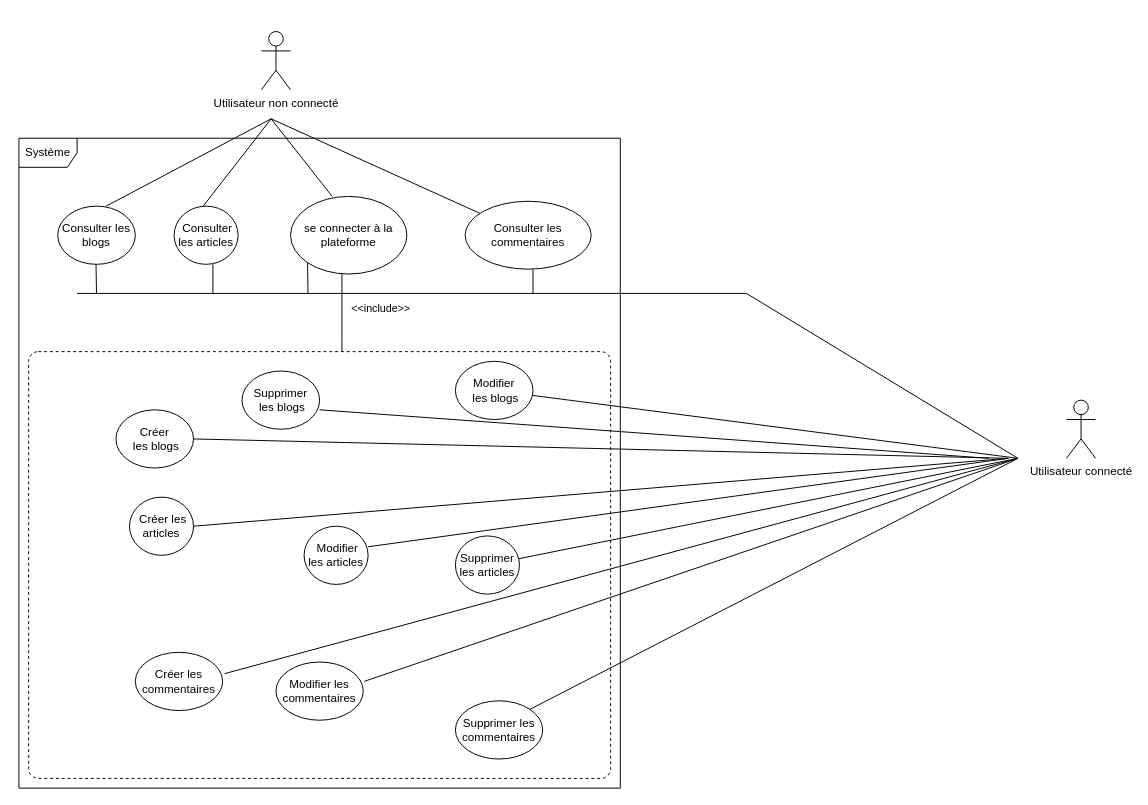
This is page "Diagramme de cas d’utilisation" (3 of 9) of Diagramme sans nom.drawio from Ali0908/BDD_UML, a draw.io file, before an edit. Source tidied: cells renumbered, new cells numbered last; positions are measured from the earlier drawing's top-left corner, leaving out a move shared by most shapes. Both pictures are drawn from the tidied source at 97%, with x=0, y=0 at pixel (18, 31).
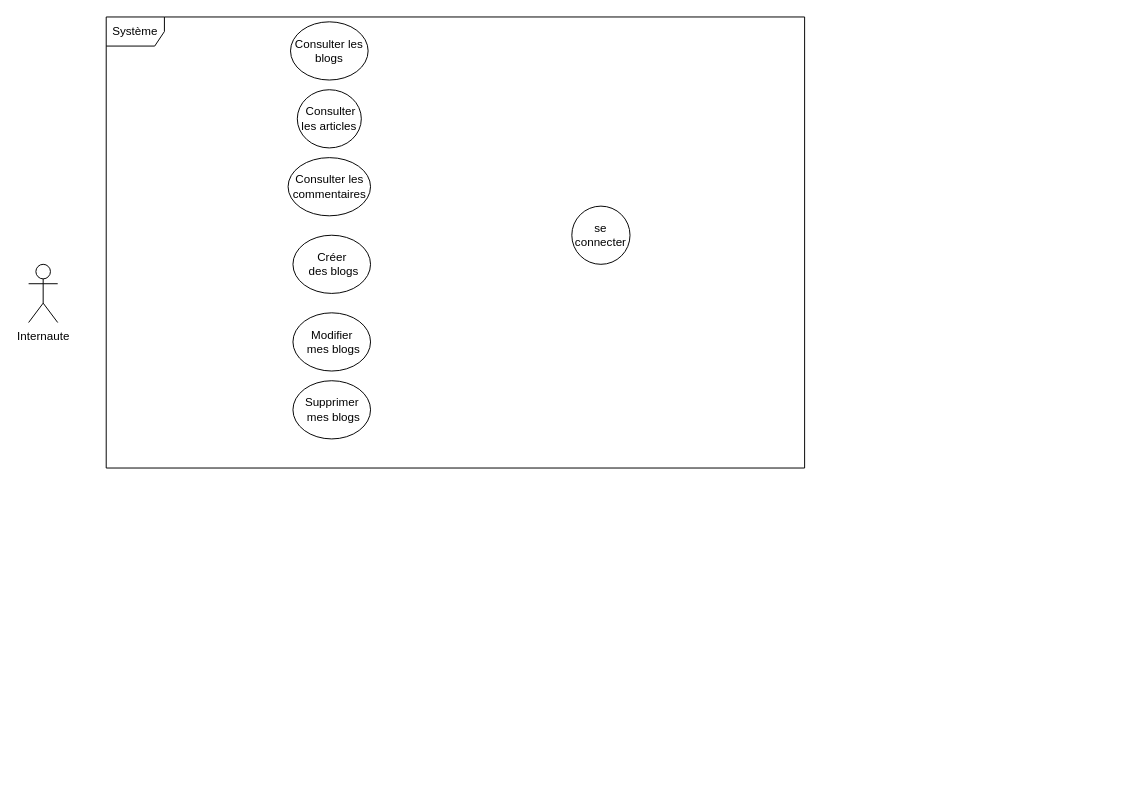
Above is the later version.

Diff of the diagram source:
```diff
@@
-    <mxCell id="2" style="dashed=1;rounded=1;absoluteArcSize=1;arcSize=20;html=1;verticalAlign=top;align=left;spacingTop=5;spacingLeft=10;whiteSpace=wrap;" parent="1" vertex="1">
-      <mxGeometry x="10" y="330" width="600" height="440" as="geometry" />
-    </mxCell>
-    <mxCell id="3" value="Utilisateur non connecté" style="shape=umlActor;verticalLabelPosition=bottom;verticalAlign=top;html=1;" parent="1" vertex="1">
-      <mxGeometry x="250" width="30" height="60" as="geometry" />
+    <mxCell id="3" value="Internaute" style="shape=umlActor;verticalLabelPosition=bottom;verticalAlign=top;html=1;" parent="1" vertex="1">
+      <mxGeometry x="10" y="240" width="30" height="60" as="geometry" />
     </mxCell>
     <mxCell id="4" value="Consulter les blogs" style="ellipse;whiteSpace=wrap;html=1;" parent="1" vertex="1">
-      <mxGeometry x="40" y="180" width="80" height="60" as="geometry" />
+      <mxGeometry x="280" y="-10" width="80" height="60" as="geometry" />
     </mxCell>
     <mxCell id="5" value="&amp;nbsp;Consulter les articles" style="ellipse;whiteSpace=wrap;html=1;" parent="1" vertex="1">
-      <mxGeometry x="160" y="180" width="66" height="60" as="geometry" />
+      <mxGeometry x="287" y="60" width="66" height="60" as="geometry" />
     </mxCell>
     <mxCell id="6" value="Consulter les commentaires" style="ellipse;whiteSpace=wrap;html=1;" parent="1" vertex="1">
-      <mxGeometry x="460" y="175" width="130" height="70" as="geometry" />
+      <mxGeometry x="277.5" y="130" width="85" height="60" as="geometry" />
     </mxCell>
     <mxCell id="7" value="Système" style="shape=umlFrame;whiteSpace=wrap;html=1;" parent="1" vertex="1">
-      <mxGeometry y="110" width="620" height="670" as="geometry" />
+      <mxGeometry x="90" y="-15" width="720" height="465" as="geometry" />
     </mxCell>
-    <mxCell id="8" value="Utilisateur connecté" style="shape=umlActor;verticalLabelPosition=bottom;verticalAlign=top;html=1;" parent="1" vertex="1">
-      <mxGeometry x="1080" y="380" width="30" height="60" as="geometry" />
-    </mxCell>
-    <mxCell id="9" value="&lt;div&gt;Créer&lt;/div&gt;&lt;div&gt;&amp;nbsp;les blogs&lt;/div&gt;" style="ellipse;whiteSpace=wrap;html=1;" parent="1" vertex="1">
-      <mxGeometry x="100" y="390" width="80" height="60" as="geometry" />
+    <mxCell id="9" value="&lt;div&gt;Créer&lt;/div&gt;&lt;div&gt;&amp;nbsp;des blogs&lt;/div&gt;" style="ellipse;whiteSpace=wrap;html=1;" parent="1" vertex="1">
+      <mxGeometry x="282.5" y="210" width="80" height="60" as="geometry" />
     </mxCell>
-    <mxCell id="10" value="se connecter à la plateforme" style="ellipse;whiteSpace=wrap;html=1;" parent="1" vertex="1">
-      <mxGeometry x="280" y="170" width="120" height="80" as="geometry" />
+    <mxCell id="10" value="se connecter" style="ellipse;whiteSpace=wrap;html=1;" parent="1" vertex="1">
+      <mxGeometry x="570" y="180" width="60" height="60" as="geometry" />
     </mxCell>
-    <mxCell id="11" value="&lt;div&gt;Modifier&lt;br&gt;&lt;/div&gt;&lt;div&gt;&amp;nbsp;les blogs&lt;/div&gt;" style="ellipse;whiteSpace=wrap;html=1;" parent="1" vertex="1">
-      <mxGeometry x="450" y="340" width="80" height="60" as="geometry" />
+    <mxCell id="11" value="&lt;div&gt;Modifier&lt;br&gt;&lt;/div&gt;&lt;div&gt;&amp;nbsp;mes blogs&lt;/div&gt;" style="ellipse;whiteSpace=wrap;html=1;" parent="1" vertex="1">
+      <mxGeometry x="282.5" y="290" width="80" height="60" as="geometry" />
     </mxCell>
-    <mxCell id="12" value="&lt;div&gt;Supprimer&lt;br&gt;&lt;/div&gt;&lt;div&gt;&amp;nbsp;les blogs&lt;/div&gt;" style="ellipse;whiteSpace=wrap;html=1;" parent="1" vertex="1">
-      <mxGeometry x="230" y="350" width="80" height="60" as="geometry" />
+    <mxCell id="12" value="&lt;div&gt;Supprimer&lt;br&gt;&lt;/div&gt;&lt;div&gt;&amp;nbsp;mes blogs&lt;/div&gt;" style="ellipse;whiteSpace=wrap;html=1;" parent="1" vertex="1">
+      <mxGeometry x="282.5" y="360" width="80" height="60" as="geometry" />
     </mxCell>
-    <mxCell id="13" value="&amp;nbsp;Créer les articles" style="ellipse;whiteSpace=wrap;html=1;" parent="1" vertex="1">
-      <mxGeometry x="114" y="480" width="66" height="60" as="geometry" />
-    </mxCell>
-    <mxCell id="14" value="&amp;nbsp;Modifier les articles" style="ellipse;whiteSpace=wrap;html=1;" parent="1" vertex="1">
-      <mxGeometry x="294" y="510" width="66" height="60" as="geometry" />
-    </mxCell>
-    <mxCell id="15" value="Supprimer les articles" style="ellipse;whiteSpace=wrap;html=1;" parent="1" vertex="1">
-      <mxGeometry x="450" y="520" width="66" height="60" as="geometry" />
-    </mxCell>
-    <mxCell id="16" value="Créer les commentaires" style="ellipse;whiteSpace=wrap;html=1;" parent="1" vertex="1">
-      <mxGeometry x="120" y="640" width="90" height="60" as="geometry" />
-    </mxCell>
-    <mxCell id="17" value="Modifier les commentaires" style="ellipse;whiteSpace=wrap;html=1;" parent="1" vertex="1">
-      <mxGeometry x="265" y="650" width="90" height="60" as="geometry" />
-    </mxCell>
-    <mxCell id="18" value="Supprimer les commentaires" style="ellipse;whiteSpace=wrap;html=1;" parent="1" vertex="1">
-      <mxGeometry x="450" y="690" width="90" height="60" as="geometry" />
-    </mxCell>
-    <mxCell id="19" value="&amp;lt;&amp;lt;include&amp;gt;&amp;gt;" style="endArrow=none;html=1;endSize=12;startArrow=none;startSize=14;startFill=0;edgeStyle=orthogonalEdgeStyle;align=center;verticalAlign=bottom;endFill=0;rounded=0;" parent="1" edge="1">
-      <mxGeometry x="0.12" y="40" relative="1" as="geometry">
-        <mxPoint x="333" y="250" as="sourcePoint" />
-        <mxPoint x="333" y="330" as="targetPoint" />
-        <Array as="points">
-          <mxPoint x="333" y="320" />
-          <mxPoint x="333" y="320" />
-        </Array>
-      </mxGeometry>
-    </mxCell>
-    <mxCell id="20" style="endArrow=none;html=1;rounded=0;" parent="1" edge="1">
-      <mxGeometry relative="1" as="geometry">
-        <mxPoint x="180" y="420" as="sourcePoint" />
-        <mxPoint x="1020" y="440" as="targetPoint" />
-      </mxGeometry>
-    </mxCell>
-    <mxCell id="21" style="endArrow=none;html=1;rounded=0;exitX=0.388;exitY=-0.083;exitDx=0;exitDy=0;exitPerimeter=0;" parent="1" edge="1">
-      <mxGeometry relative="1" as="geometry">
-        <mxPoint x="310" y="390" as="sourcePoint" />
-        <mxPoint x="1000" y="440" as="targetPoint" />
-      </mxGeometry>
-    </mxCell>
-    <mxCell id="22" style="endArrow=none;html=1;rounded=0;" parent="1" edge="1" source="11">
-      <mxGeometry relative="1" as="geometry">
-        <mxPoint x="1030" y="440" as="targetPoint" />
-      </mxGeometry>
-    </mxCell>
-    <mxCell id="23" style="endArrow=none;html=1;rounded=0;exitX=0.358;exitY=0;exitDx=0;exitDy=0;exitPerimeter=0;" parent="1" edge="1" source="10">
-      <mxGeometry relative="1" as="geometry">
-        <mxPoint x="260" y="90" as="targetPoint" />
-      </mxGeometry>
-    </mxCell>
-    <mxCell id="24" style="endArrow=none;html=1;rounded=0;exitX=1;exitY=0.5;exitDx=0;exitDy=0;" parent="1" edge="1" source="13">
-      <mxGeometry relative="1" as="geometry">
-        <mxPoint x="1020" y="440" as="targetPoint" />
-      </mxGeometry>
-    </mxCell>
-    <mxCell id="25" style="endArrow=none;html=1;rounded=0;exitX=1;exitY=1;exitDx=0;exitDy=0;" parent="1" edge="1">
-      <mxGeometry relative="1" as="geometry">
-        <mxPoint x="360" y="531.2" as="sourcePoint" />
-        <mxPoint x="1020" y="440" as="targetPoint" />
-      </mxGeometry>
-    </mxCell>
-    <mxCell id="26" style="endArrow=none;html=1;rounded=0;" parent="1" edge="1" source="15">
-      <mxGeometry relative="1" as="geometry">
-        <mxPoint x="1030" y="440" as="targetPoint" />
-      </mxGeometry>
-    </mxCell>
-    <mxCell id="27" style="endArrow=none;html=1;rounded=0;exitX=1.022;exitY=0.367;exitDx=0;exitDy=0;exitPerimeter=0;" parent="1" edge="1" source="16">
-      <mxGeometry relative="1" as="geometry">
-        <mxPoint x="1030" y="440" as="targetPoint" />
-      </mxGeometry>
-    </mxCell>
-    <mxCell id="28" style="endArrow=none;html=1;rounded=0;exitX=1.011;exitY=0.333;exitDx=0;exitDy=0;exitPerimeter=0;" parent="1" edge="1" source="17">
-      <mxGeometry relative="1" as="geometry">
-        <mxPoint x="1030" y="440" as="targetPoint" />
-      </mxGeometry>
-    </mxCell>
-    <mxCell id="29" style="endArrow=none;html=1;rounded=0;exitX=1;exitY=0;exitDx=0;exitDy=0;" parent="1" edge="1" source="18">
-      <mxGeometry relative="1" as="geometry">
-        <mxPoint x="1030" y="440" as="targetPoint" />
-      </mxGeometry>
-    </mxCell>
-    <mxCell id="30" style="endArrow=none;html=1;rounded=0;" parent="1" edge="1" source="6">
-      <mxGeometry relative="1" as="geometry">
-        <mxPoint x="260" y="90" as="targetPoint" />
-      </mxGeometry>
-    </mxCell>
-    <mxCell id="31" style="endArrow=none;html=1;rounded=0;" parent="1" edge="1">
-      <mxGeometry relative="1" as="geometry">
-        <mxPoint x="190" y="180" as="sourcePoint" />
-        <mxPoint x="260" y="90" as="targetPoint" />
-      </mxGeometry>
-    </mxCell>
-    <mxCell id="32" style="endArrow=none;html=1;rounded=0;" parent="1" edge="1">
-      <mxGeometry relative="1" as="geometry">
-        <mxPoint x="90" y="180" as="sourcePoint" />
-        <mxPoint x="260" y="90" as="targetPoint" />
-      </mxGeometry>
-    </mxCell>
-    <mxCell id="33" style="endArrow=none;html=1;rounded=0;" parent="1" edge="1">
-      <mxGeometry relative="1" as="geometry">
-        <mxPoint x="80" y="270" as="sourcePoint" />
-        <mxPoint x="79.5" y="240" as="targetPoint" />
-      </mxGeometry>
-    </mxCell>
-    <mxCell id="34" style="endArrow=none;html=1;rounded=0;" parent="1" edge="1">
-      <mxGeometry relative="1" as="geometry">
-        <mxPoint x="200" y="270" as="sourcePoint" />
-        <mxPoint x="200" y="240" as="targetPoint" />
-      </mxGeometry>
-    </mxCell>
-    <mxCell id="35" style="endArrow=none;html=1;rounded=0;exitX=0;exitY=1;exitDx=0;exitDy=0;" parent="1" edge="1" source="10">
-      <mxGeometry relative="1" as="geometry">
-        <mxPoint x="298" y="270" as="targetPoint" />
-      </mxGeometry>
-    </mxCell>
-    <mxCell id="36" style="endArrow=none;html=1;rounded=0;" parent="1" edge="1">
-      <mxGeometry relative="1" as="geometry">
-        <mxPoint x="60" y="270" as="sourcePoint" />
-        <mxPoint x="750" y="270" as="targetPoint" />
-      </mxGeometry>
-    </mxCell>
-    <mxCell id="37" style="endArrow=none;html=1;rounded=0;" parent="1" edge="1">
-      <mxGeometry relative="1" as="geometry">
-        <mxPoint x="750" y="270" as="sourcePoint" />
-        <mxPoint x="1030" y="440" as="targetPoint" />
-      </mxGeometry>
-    </mxCell>
-    <mxCell id="38" style="endArrow=none;html=1;rounded=0;" parent="1" edge="1">
-      <mxGeometry relative="1" as="geometry">
-        <mxPoint x="530" y="270" as="sourcePoint" />
-        <mxPoint x="530" y="245" as="targetPoint" />
-      </mxGeometry>
-    </mxCell>
```
